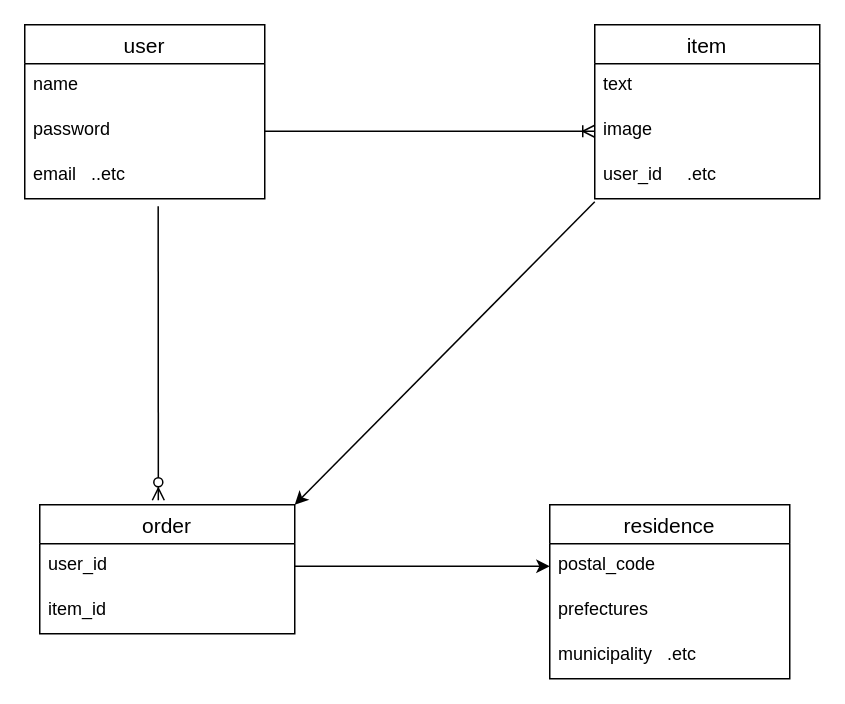
Earlier version of the draw.io diagram furima.dio (takashi-marumori/furima-33515). Source tidied: cells renumbered, new cells numbered last; positions are measured from the earlier drawing's top-left corner, leaving out a move shared by most shapes. Both pictures are drawn from the tidied source at 150%, with x=0, y=0 at pixel (24, 24).
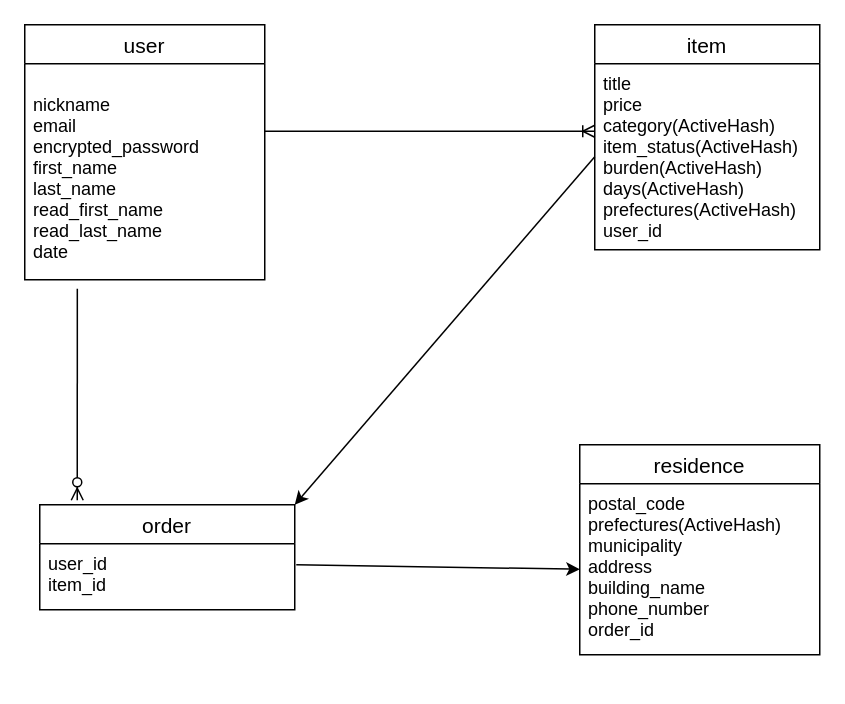
Above is the later version.

Commit message (it also covers changes not shown here):
README全体：column , type , optionの修正

The edit, as a diff of the source:
```diff
@@
     <mxCell id="2" value="item" style="swimlane;fontStyle=0;horizontal=1;startSize=26;align=center;fontSize=14;" parent="1" vertex="1">
-      <mxGeometry x="380" width="150" height="116" as="geometry" />
+      <mxGeometry x="380" width="150" height="150" as="geometry" />
     </mxCell>
-    <mxCell id="3" value="text" style="text;strokeColor=none;fillColor=none;spacingLeft=4;spacingRight=4;overflow=hidden;points=[[0,0.5],[1,0.5]];portConstraint=eastwest;fontSize=12;" parent="2" vertex="1">
-      <mxGeometry y="26" width="150" height="30" as="geometry" />
+    <mxCell id="3" value="title&#10;price&#10;category(ActiveHash)&#10;item_status(ActiveHash)&#10;burden(ActiveHash)&#10;days(ActiveHash)&#10;prefectures(ActiveHash)&#10;user_id" style="text;strokeColor=none;fillColor=none;spacingLeft=4;spacingRight=4;overflow=hidden;points=[[0,0.5],[1,0.5]];portConstraint=eastwest;fontSize=12;" parent="2" vertex="1">
+      <mxGeometry y="26" width="150" height="124" as="geometry" />
     </mxCell>
-    <mxCell id="4" value="image" style="text;strokeColor=none;fillColor=none;spacingLeft=4;spacingRight=4;overflow=hidden;points=[[0,0.5],[1,0.5]];portConstraint=eastwest;fontSize=12;" parent="2" vertex="1">
-      <mxGeometry y="56" width="150" height="30" as="geometry" />
-    </mxCell>
-    <mxCell id="5" value="user_id     .etc" style="text;strokeColor=none;fillColor=none;spacingLeft=4;spacingRight=4;overflow=hidden;points=[[0,0.5],[1,0.5]];portConstraint=eastwest;fontSize=12;" parent="2" vertex="1">
-      <mxGeometry y="86" width="150" height="30" as="geometry" />
-    </mxCell>
     <mxCell id="6" value="user" style="swimlane;fontStyle=0;horizontal=1;startSize=26;align=center;fontSize=14;" parent="1" vertex="1">
-      <mxGeometry width="160" height="116" as="geometry" />
+      <mxGeometry width="160" height="170" as="geometry" />
     </mxCell>
-    <mxCell id="7" value="name" style="text;strokeColor=none;fillColor=none;spacingLeft=4;spacingRight=4;overflow=hidden;points=[[0,0.5],[1,0.5]];portConstraint=eastwest;fontSize=12;" parent="6" vertex="1">
-      <mxGeometry y="26" width="160" height="30" as="geometry" />
+    <mxCell id="7" value="&#10;nickname&#10;email&#10;encrypted_password&#10;first_name&#10;last_name&#10;read_first_name&#10;read_last_name&#10;date" style="text;strokeColor=none;fillColor=none;spacingLeft=4;spacingRight=4;overflow=hidden;points=[[0,0.5],[1,0.5]];portConstraint=eastwest;fontSize=12;" parent="6" vertex="1">
+      <mxGeometry y="26" width="160" height="144" as="geometry" />
     </mxCell>
-    <mxCell id="8" value="password" style="text;strokeColor=none;fillColor=none;spacingLeft=4;spacingRight=4;overflow=hidden;points=[[0,0.5],[1,0.5]];portConstraint=eastwest;fontSize=12;" parent="6" vertex="1">
-      <mxGeometry y="56" width="160" height="30" as="geometry" />
-    </mxCell>
-    <mxCell id="9" value="email   ..etc" style="text;strokeColor=none;fillColor=none;spacingLeft=4;spacingRight=4;overflow=hidden;points=[[0,0.5],[1,0.5]];portConstraint=eastwest;fontSize=12;" parent="6" vertex="1">
-      <mxGeometry y="86" width="160" height="30" as="geometry" />
-    </mxCell>
-    <mxCell id="10" style="fontSize=12;html=1;endArrow=ERoneToMany;entryX=0;entryY=0.5;entryDx=0;entryDy=0;exitX=1;exitY=0.5;exitDx=0;exitDy=0;" parent="1" edge="1" source="8" target="4">
-      <mxGeometry relative="1" as="geometry" />
+    <mxCell id="10" style="fontSize=12;html=1;endArrow=ERoneToMany;entryX=0;entryY=0.5;entryDx=0;entryDy=0;exitX=1;exitY=0.5;exitDx=0;exitDy=0;" parent="1" edge="1">
+      <mxGeometry relative="1" as="geometry">
+        <mxPoint x="160" y="71" as="sourcePoint" />
+        <mxPoint x="380" y="71" as="targetPoint" />
+      </mxGeometry>
     </mxCell>
     <mxCell id="11" value="order" style="swimlane;fontStyle=0;horizontal=1;startSize=26;align=center;fontSize=14;" parent="1" vertex="1">
-      <mxGeometry x="10" y="320" width="170" height="86" as="geometry" />
+      <mxGeometry x="10" y="320" width="170" height="70" as="geometry" />
     </mxCell>
-    <mxCell id="12" value="user_id" style="text;strokeColor=none;fillColor=none;spacingLeft=4;spacingRight=4;overflow=hidden;points=[[0,0.5],[1,0.5]];portConstraint=eastwest;fontSize=12;" parent="11" vertex="1">
-      <mxGeometry y="26" width="170" height="30" as="geometry" />
+    <mxCell id="12" value="user_id&#10;item_id" style="text;strokeColor=none;fillColor=none;spacingLeft=4;spacingRight=4;overflow=hidden;points=[[0,0.5],[1,0.5]];portConstraint=eastwest;fontSize=12;" parent="11" vertex="1">
+      <mxGeometry y="26" width="170" height="44" as="geometry" />
     </mxCell>
-    <mxCell id="13" value="item_id" style="text;strokeColor=none;fillColor=none;spacingLeft=4;spacingRight=4;overflow=hidden;fontSize=12;" parent="11" vertex="1">
-      <mxGeometry y="56" width="170" height="30" as="geometry" />
-    </mxCell>
     <mxCell id="14" value="residence" style="swimlane;fontStyle=0;horizontal=1;startSize=26;align=center;fontSize=14;" parent="1" vertex="1">
-      <mxGeometry x="350" y="320" width="160" height="116" as="geometry" />
+      <mxGeometry x="370" y="280" width="160" height="140" as="geometry" />
     </mxCell>
-    <mxCell id="15" value="postal_code" style="text;strokeColor=none;fillColor=none;spacingLeft=4;spacingRight=4;overflow=hidden;points=[[0,0.5],[1,0.5]];portConstraint=eastwest;fontSize=12;" parent="14" vertex="1">
-      <mxGeometry y="26" width="160" height="30" as="geometry" />
+    <mxCell id="15" value="postal_code&#10;prefectures(ActiveHash)&#10;municipality&#10;address&#10;building_name&#10;phone_number&#10;order_id" style="text;strokeColor=none;fillColor=none;spacingLeft=4;spacingRight=4;overflow=hidden;points=[[0,0.5],[1,0.5]];portConstraint=eastwest;fontSize=12;" parent="14" vertex="1">
+      <mxGeometry y="26" width="160" height="114" as="geometry" />
     </mxCell>
-    <mxCell id="16" value="prefectures" style="text;strokeColor=none;fillColor=none;spacingLeft=4;spacingRight=4;overflow=hidden;fontSize=12;" parent="14" vertex="1">
-      <mxGeometry y="56" width="160" height="30" as="geometry" />
-    </mxCell>
-    <mxCell id="17" value="municipality   .etc" style="text;strokeColor=none;fillColor=none;spacingLeft=4;spacingRight=4;overflow=hidden;fontSize=12;" parent="14" vertex="1">
-      <mxGeometry y="86" width="160" height="30" as="geometry" />
-    </mxCell>
-    <mxCell id="18" style="fontSize=12;html=1;endArrow=ERzeroToMany;endFill=1;exitX=0.556;exitY=1.167;exitDx=0;exitDy=0;exitPerimeter=0;entryX=0.465;entryY=-0.035;entryDx=0;entryDy=0;entryPerimeter=0;" parent="1" edge="1" source="9" target="11">
-      <mxGeometry relative="1" as="geometry" />
+    <mxCell id="18" style="fontSize=12;html=1;endArrow=ERzeroToMany;endFill=1;exitX=0.219;exitY=1.042;exitDx=0;exitDy=0;exitPerimeter=0;" parent="1" edge="1" source="7">
+      <mxGeometry relative="1" as="geometry">
+        <mxPoint x="35" y="317" as="targetPoint" />
+      </mxGeometry>
     </mxCell>
-    <mxCell id="19" style="edgeStyle=none;rounded=0;jettySize=auto;html=1;entryX=1;entryY=0;entryDx=0;entryDy=0;exitX=0;exitY=1.067;exitDx=0;exitDy=0;exitPerimeter=0;" parent="1" edge="1" source="5" target="11">
+    <mxCell id="19" style="edgeStyle=none;rounded=0;jettySize=auto;html=1;entryX=1;entryY=0;entryDx=0;entryDy=0;exitX=0;exitY=0.5;exitDx=0;exitDy=0;" parent="1" edge="1" source="3" target="11">
       <mxGeometry relative="1" as="geometry" />
     </mxCell>
-    <mxCell id="20" style="edgeStyle=none;rounded=0;jettySize=auto;html=1;entryX=0;entryY=0.5;entryDx=0;entryDy=0;" parent="1" edge="1" source="12" target="15">
+    <mxCell id="20" style="edgeStyle=none;rounded=0;jettySize=auto;html=1;entryX=0;entryY=0.5;entryDx=0;entryDy=0;exitX=1.006;exitY=0.318;exitDx=0;exitDy=0;exitPerimeter=0;" parent="1" edge="1" source="12" target="15">
       <mxGeometry relative="1" as="geometry" />
     </mxCell>
```
